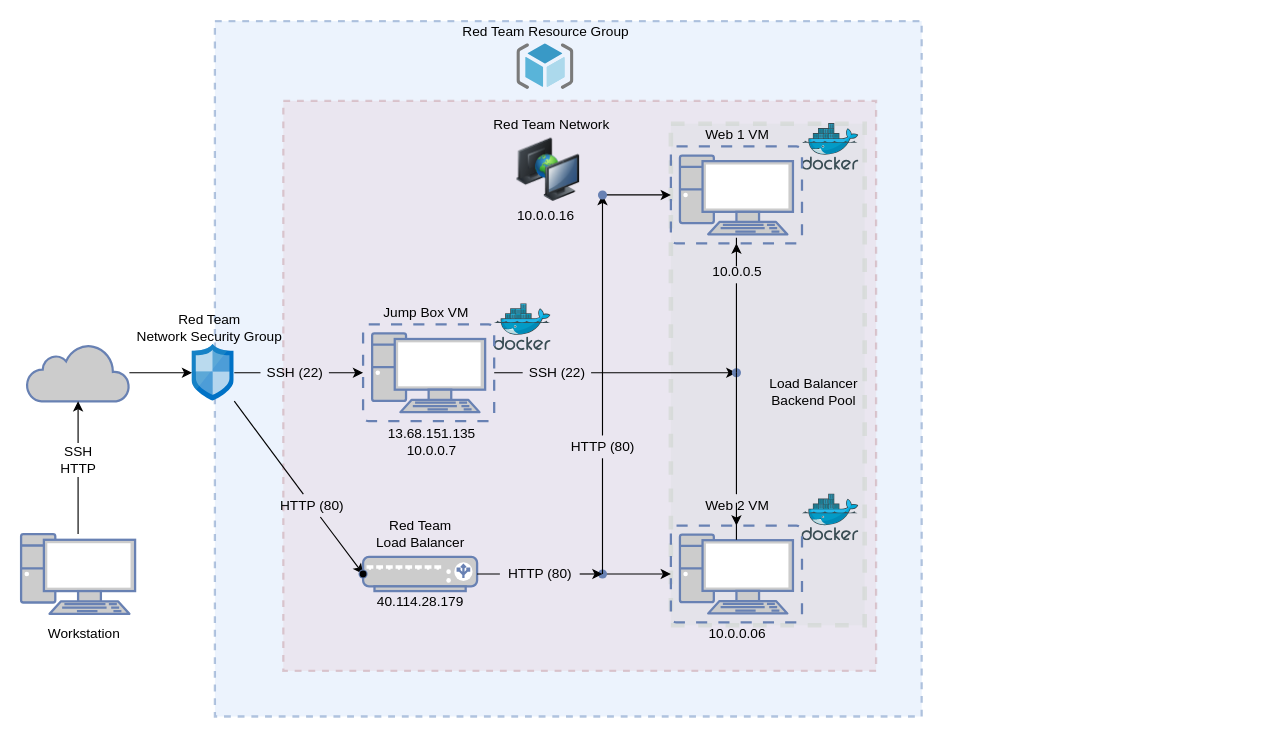
This is Untitled Diagram.drawio from BluFlcn/Jason-Scherer-Cyber-Security-Bootcamp, a draw.io file, before an edit. Source tidied: cells renumbered, new cells numbered last; positions are measured from the earlier drawing's top-left corner, leaving out a move shared by most shapes. Both pictures are drawn from the tidied source at 114%, with x=0, y=0 at pixel (21, 21).
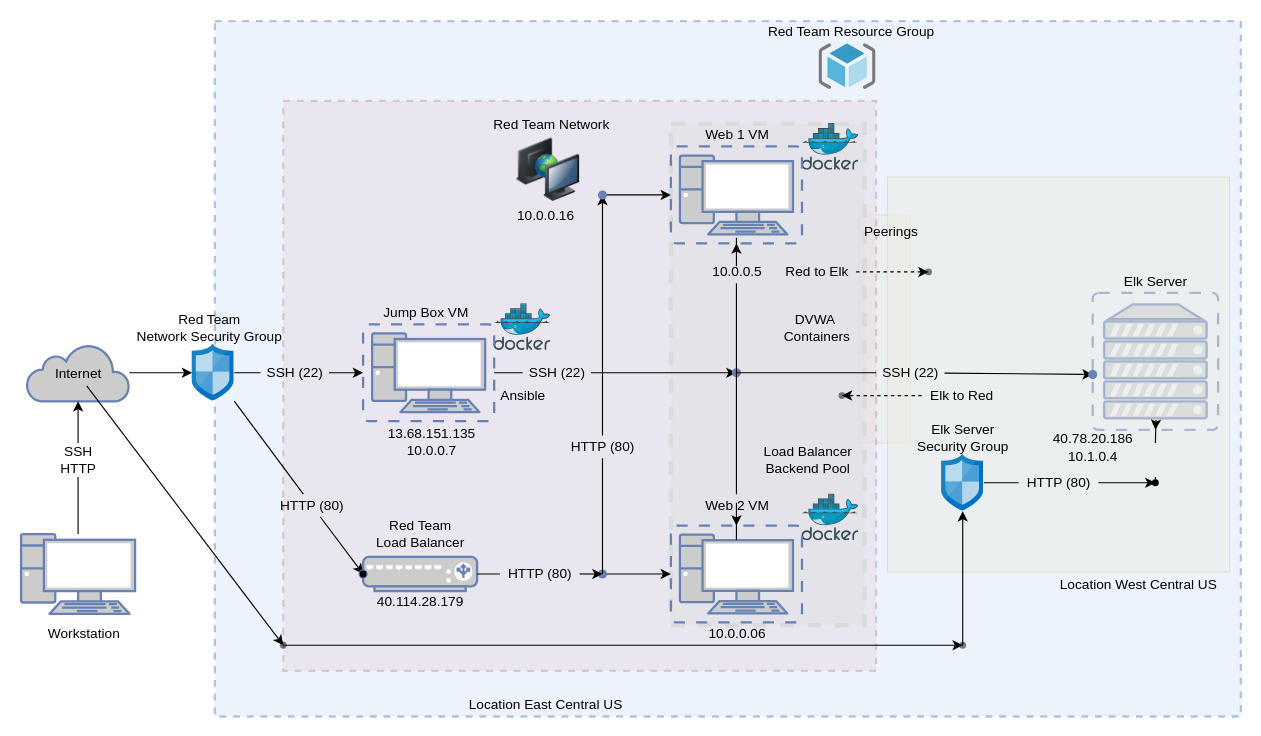
The same diagram, later.

The change refers to these unchanged cells:
```xml
<mxCell id="26" style="shape=waypoint;size=6;points=[];fillColor=#CCCCCC;perimeter=centerPerimeter;snapToPoint=1;fontColor=#0066CC;verticalAlign=top;strokeColor=#6881B3;strokeWidth=2;gradientDirection=north;" parent="1" vertex="1">
  <mxGeometry x="607.5" y="288.5" width="40" height="40" as="geometry" />
</mxCell>
```

Change to the diagram source:
```diff
@@
+    <mxCell id="62" style="whiteSpace=wrap;html=1;opacity=50;fillColor=#fff2cc;strokeColor=#d6b656;" parent="1" vertex="1">
+      <mxGeometry x="735" y="170" width="45" height="200" as="geometry" />
+    </mxCell>
+    <mxCell id="63" style="whiteSpace=wrap;html=1;opacity=50;fillColor=#fff2cc;strokeColor=#d6b656;" parent="1" vertex="1">
+      <mxGeometry x="760" y="136.8" width="300" height="346.5" as="geometry" />
+    </mxCell>
@@
     <mxCell id="4" style="whiteSpace=wrap;html=1;dashed=1;opacity=50;strokeWidth=2;fillColor=#dae8fc;strokeColor=#6c8ebf;" parent="1" vertex="1">
-      <mxGeometry x="170" width="620" height="610" as="geometry" />
+      <mxGeometry x="170" width="900" height="610" as="geometry" />
     </mxCell>
@@
     <mxCell id="21" style="sketch=0;html=1;align=center;image;fontSize=12;image=img/lib/mscae/ResourceGroup.svg;" parent="1" vertex="1">
-      <mxGeometry x="435" y="20" width="50" height="40" as="geometry" />
+      <mxGeometry x="700" y="20" width="50" height="40" as="geometry" />
     </mxCell>
@@
+    <mxCell id="64" style="edgeStyle=none;rounded=0;jettySize=auto;html=1;startArrow=none;" parent="1" edge="1" source="80" target="74">
+      <mxGeometry relative="1" as="geometry" />
+    </mxCell>
@@
     <mxCell id="38" value="Load Balancer&lt;br&gt;Backend Pool" style="text;html=1;align=center;verticalAlign=middle;fillColor=none;strokeColor=none;rounded=0;dashed=1;opacity=50;" parent="1" vertex="1">
-      <mxGeometry x="650" y="310" width="90" height="30" as="geometry" />
+      <mxGeometry x="645" y="370" width="90" height="30" as="geometry" />
     </mxCell>
@@
     <mxCell id="40" value="Red Team Resource Group" style="text;html=1;align=center;verticalAlign=middle;fillColor=none;strokeColor=none;rounded=0;dashed=1;opacity=50;" parent="1" vertex="1">
-      <mxGeometry x="380" width="160" height="20" as="geometry" />
+      <mxGeometry x="647.5" width="160" height="20" as="geometry" />
     </mxCell>
@@
+    <mxCell id="65" style="edgeStyle=orthogonalEdgeStyle;rounded=0;jettySize=auto;html=1;startArrow=none;" parent="1" edge="1" source="83" target="76">
+      <mxGeometry relative="1" as="geometry" />
+    </mxCell>
+    <mxCell id="66" style="sketch=0;html=1;points=[];align=center;image;fontSize=12;image=img/lib/mscae/Network_Security_Groups_Classic.svg;" parent="1" vertex="1">
+      <mxGeometry x="807.5" y="380" width="37" height="50" as="geometry" />
+    </mxCell>
+    <mxCell id="67" style="edgeStyle=none;rounded=0;jettySize=auto;html=1;" parent="1" edge="1" source="68" target="71">
+      <mxGeometry relative="1" as="geometry" />
+    </mxCell>
+    <mxCell id="68" value="Internet" style="text;html=1;align=center;verticalAlign=middle;points=[];fillColor=none;strokeColor=none;rounded=0;opacity=50;" parent="1" vertex="1">
+      <mxGeometry x="20" y="300" width="60" height="20" as="geometry" />
+    </mxCell>
+    <mxCell id="69" value="Elk Server&lt;br&gt;Security Group" style="text;html=1;align=center;verticalAlign=middle;fillColor=none;strokeColor=none;rounded=0;opacity=50;" parent="1" vertex="1">
+      <mxGeometry x="776" y="351" width="100" height="30" as="geometry" />
+    </mxCell>
+    <mxCell id="70" style="edgeStyle=none;rounded=0;jettySize=auto;html=1;" parent="1" edge="1" source="71" target="73">
+      <mxGeometry relative="1" as="geometry" />
+    </mxCell>
+    <mxCell id="71" style="shape=waypoint;sketch=0;size=6;points=[];fillColor=none;perimeter=centerPerimeter;snapToPoint=1;opacity=50;" parent="1" vertex="1">
+      <mxGeometry x="210" y="527.5" width="40" height="40" as="geometry" />
+    </mxCell>
+    <mxCell id="72" style="edgeStyle=none;rounded=0;jettySize=auto;html=1;" parent="1" edge="1" source="73" target="66">
+      <mxGeometry relative="1" as="geometry" />
+    </mxCell>
+    <mxCell id="73" style="shape=waypoint;sketch=0;size=6;points=[];fillColor=none;perimeter=centerPerimeter;snapToPoint=1;opacity=50;" parent="1" vertex="1">
+      <mxGeometry x="806" y="527.5" width="40" height="40" as="geometry" />
+    </mxCell>
+    <mxCell id="74" style="shape=waypoint;size=6;points=[];fillColor=#CCCCCC;perimeter=centerPerimeter;snapToPoint=1;fontColor=#0066CC;verticalAlign=top;strokeColor=#6881B3;strokeWidth=2;gradientDirection=north;" parent="1" vertex="1">
+      <mxGeometry x="920" y="290" width="40" height="40" as="geometry" />
+    </mxCell>
+    <mxCell id="75" style="edgeStyle=orthogonalEdgeStyle;rounded=0;jettySize=auto;html=1;startArrow=none;" parent="1" edge="1" target="77">
+      <mxGeometry relative="1" as="geometry">
+        <mxPoint x="995" y="370" as="sourcePoint" />
+      </mxGeometry>
+    </mxCell>
+    <mxCell id="76" style="shape=waypoint;sketch=0;size=6;points=[];fillColor=#ffffff;perimeter=centerPerimeter;snapToPoint=1;verticalAlign=top;labelBackgroundColor=white;" parent="1" vertex="1">
+      <mxGeometry x="975" y="385" width="40" height="40" as="geometry" />
+    </mxCell>
+    <mxCell id="77" style="fontColor=#0066CC;verticalAlign=top;verticalLabelPosition=bottom;labelPosition=center;align=center;html=1;outlineConnect=0;fillColor=#CCCCCC;strokeColor=#6881B3;gradientColor=none;gradientDirection=north;strokeWidth=2;shape=mxgraph.networks.virtual_server;opacity=50;" parent="1" vertex="1">
+      <mxGeometry x="940" y="238.5" width="110" height="120" as="geometry" />
+    </mxCell>
+    <mxCell id="78" value="Location East Central US" style="text;html=1;align=center;verticalAlign=middle;fillColor=none;strokeColor=none;rounded=0;opacity=50;" parent="1" vertex="1">
+      <mxGeometry x="385" y="590" width="150" height="20" as="geometry" />
+    </mxCell>
+    <mxCell id="79" value="Location West Central US" style="text;html=1;align=center;verticalAlign=middle;fillColor=none;strokeColor=none;rounded=0;opacity=50;" parent="1" vertex="1">
+      <mxGeometry x="905" y="485" width="150" height="20" as="geometry" />
+    </mxCell>
+    <mxCell id="80" value="SSH (22)" style="text;html=1;align=center;verticalAlign=middle;points=[];fillColor=none;strokeColor=none;rounded=0;opacity=50;" parent="1" vertex="1">
+      <mxGeometry x="750" y="298.5" width="60" height="20" as="geometry" />
+    </mxCell>
+    <mxCell id="81" style="edgeStyle=none;rounded=0;jettySize=auto;html=1;endArrow=none;" parent="1" edge="1" source="26" target="80">
+      <mxGeometry relative="1" as="geometry" />
+    </mxCell>
+    <mxCell id="82" value="Elk Server" style="text;html=1;align=center;verticalAlign=middle;fillColor=none;strokeColor=none;rounded=0;opacity=50;" parent="1" vertex="1">
+      <mxGeometry x="960" y="218.5" width="70" height="20" as="geometry" />
+    </mxCell>
+    <mxCell id="83" value="HTTP (80)" style="text;html=1;align=center;verticalAlign=middle;points=[];fillColor=none;strokeColor=none;rounded=0;opacity=50;" parent="1" vertex="1">
+      <mxGeometry x="875" y="395" width="70" height="20" as="geometry" />
+    </mxCell>
+    <mxCell id="84" style="edgeStyle=orthogonalEdgeStyle;rounded=0;jettySize=auto;html=1;endArrow=none;" parent="1" edge="1" source="66" target="83">
+      <mxGeometry relative="1" as="geometry" />
+    </mxCell>
+    <mxCell id="85" style="edgeStyle=orthogonalEdgeStyle;rounded=0;jettySize=auto;html=1;endArrow=none;" parent="1" edge="1" source="76">
+      <mxGeometry relative="1" as="geometry">
+        <mxPoint x="995" y="400" as="targetPoint" />
+      </mxGeometry>
+    </mxCell>
+    <mxCell id="86" value="40.78.20.186&lt;br&gt;10.1.0.4" style="text;html=1;align=center;verticalAlign=middle;fillColor=none;strokeColor=none;rounded=0;opacity=50;" parent="1" vertex="1">
+      <mxGeometry x="895" y="358.5" width="90" height="30" as="geometry" />
+    </mxCell>
+    <mxCell id="87" value="DVWA&amp;nbsp;&lt;br&gt;Containers&lt;br&gt;" style="text;html=1;align=center;verticalAlign=middle;fillColor=none;strokeColor=none;rounded=0;opacity=50;" parent="1" vertex="1">
+      <mxGeometry x="662.5" y="253.5" width="70" height="30" as="geometry" />
+    </mxCell>
+    <mxCell id="88" value="Ansible" style="text;html=1;align=center;verticalAlign=middle;fillColor=none;strokeColor=none;rounded=0;opacity=50;" parent="1" vertex="1">
+      <mxGeometry x="415" y="318.5" width="50" height="20" as="geometry" />
+    </mxCell>
+    <mxCell id="89" style="edgeStyle=none;rounded=0;jettySize=auto;html=1;dashed=1;" parent="1" edge="1" source="90" target="91">
+      <mxGeometry relative="1" as="geometry" />
+    </mxCell>
+    <mxCell id="90" value="Red to Elk" style="text;html=1;align=center;verticalAlign=middle;points=[];fillColor=none;strokeColor=none;rounded=0;opacity=50;" parent="1" vertex="1">
+      <mxGeometry x="662.5" y="210" width="70" height="20" as="geometry" />
+    </mxCell>
+    <mxCell id="91" style="shape=waypoint;sketch=0;size=6;points=[];fillColor=none;perimeter=centerPerimeter;snapToPoint=1;opacity=50;" parent="1" vertex="1">
+      <mxGeometry x="776" y="200" width="40" height="40" as="geometry" />
+    </mxCell>
+    <mxCell id="92" style="edgeStyle=none;rounded=0;jettySize=auto;html=1;dashed=1;" parent="1" edge="1" source="93" target="94">
+      <mxGeometry relative="1" as="geometry" />
+    </mxCell>
+    <mxCell id="93" value="Elk to Red" style="text;html=1;align=center;verticalAlign=middle;points=[];fillColor=none;strokeColor=none;rounded=0;opacity=50;" parent="1" vertex="1">
+      <mxGeometry x="790" y="318.5" width="70" height="20" as="geometry" />
+    </mxCell>
+    <mxCell id="94" style="shape=waypoint;sketch=0;size=6;points=[];fillColor=none;perimeter=centerPerimeter;snapToPoint=1;opacity=50;" parent="1" vertex="1">
+      <mxGeometry x="700" y="308.5" width="40" height="40" as="geometry" />
+    </mxCell>
+    <mxCell id="95" value="Peerings" style="text;html=1;align=center;verticalAlign=middle;fillColor=none;strokeColor=none;rounded=0;opacity=50;" parent="1" vertex="1">
+      <mxGeometry x="732.5" y="175" width="60" height="20" as="geometry" />
+    </mxCell>
```
